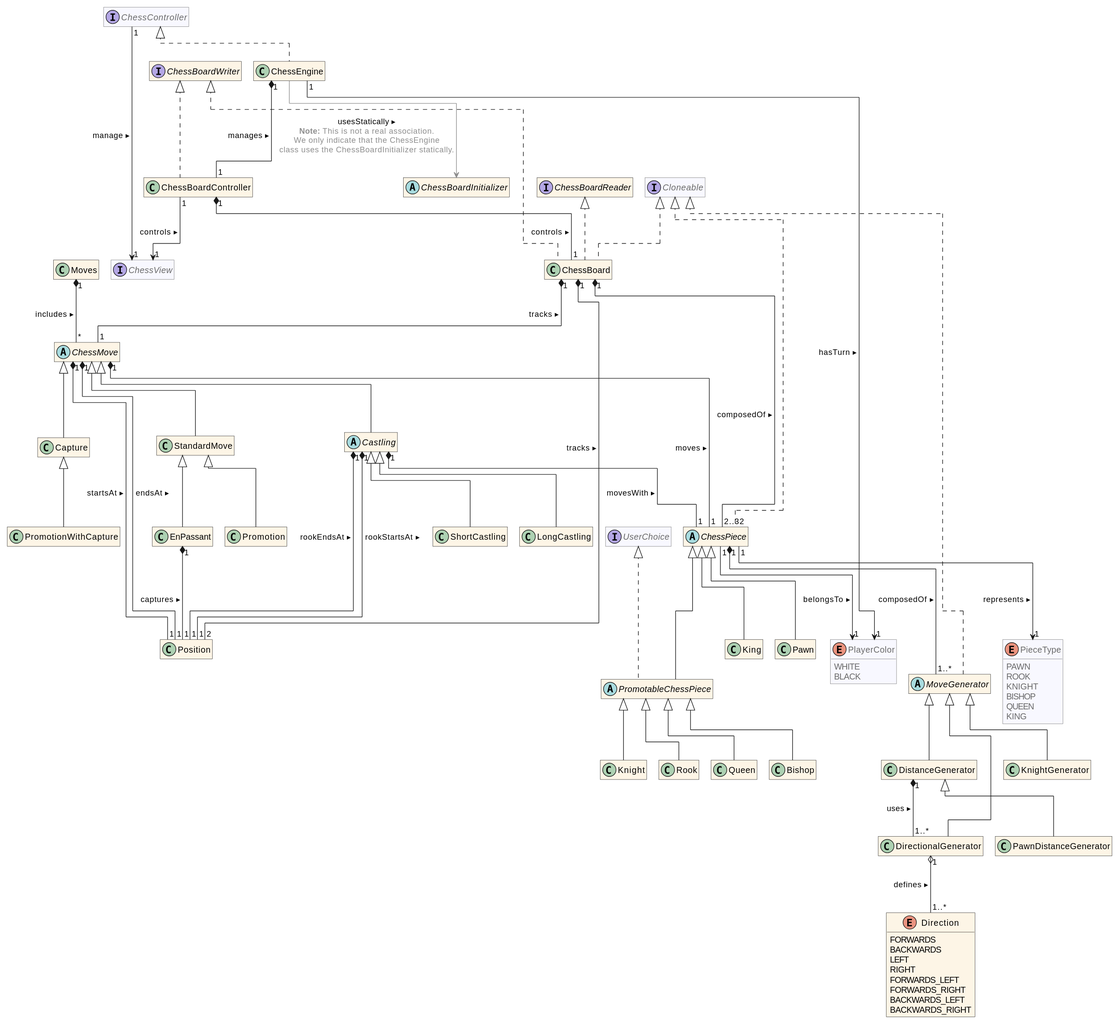
HEIG-VD-BA3-POO/labo08 keeps this PlantUML diagram as docs/assets/uml-simple.svg. Above is the earlier version.
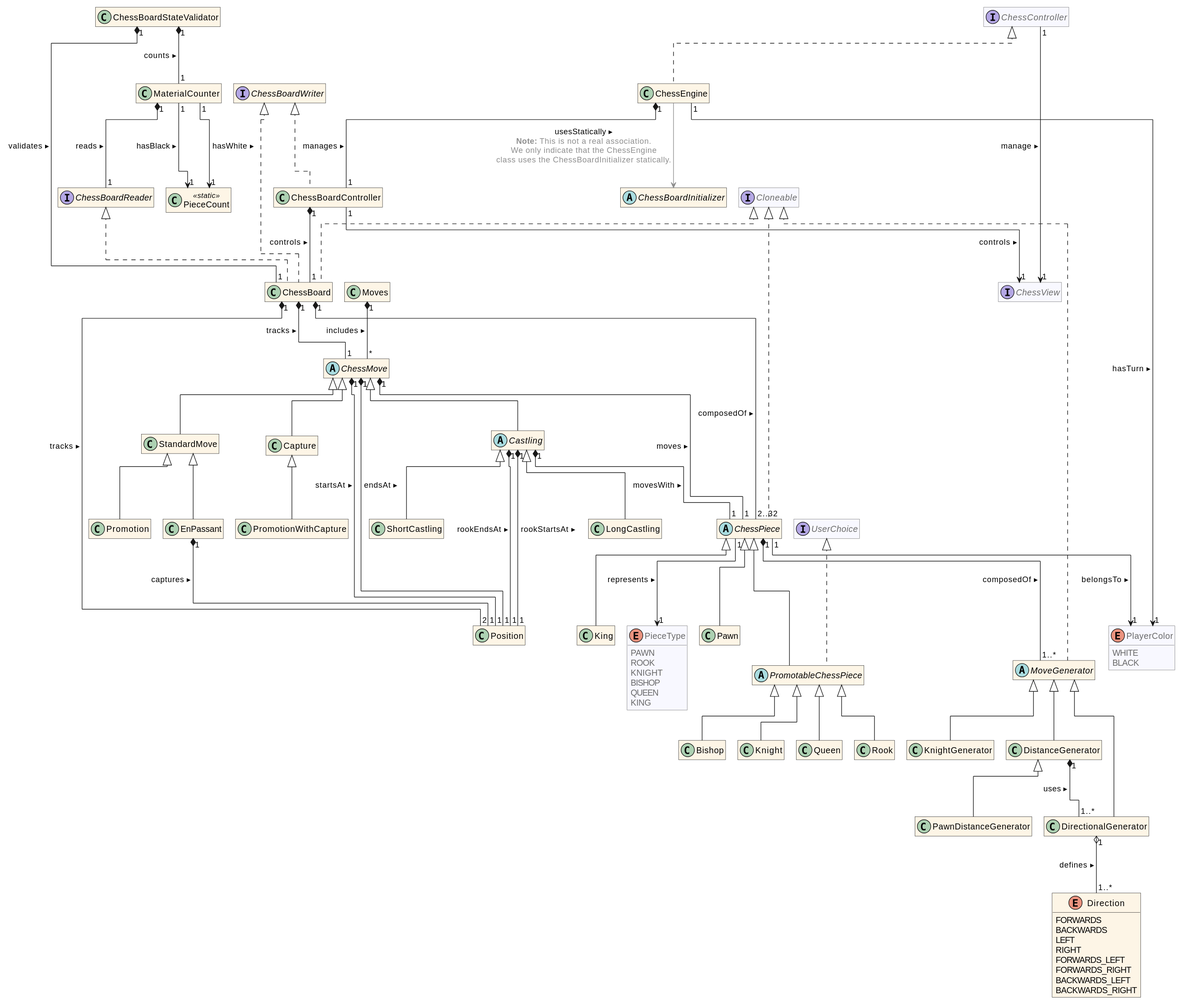
The same file after the commit.

Change to the diagram source:
```diff
@@ -44,6 +44,11 @@
 interface Cloneable<<provided>> {}
 
 class ChessBoard implements ChessBoardReader, ChessBoardWriter, Cloneable {}
+
+class ChessBoardStateValidator {}
+
+class MaterialCounter {}
+class PieceCount<<static>> {}
 
 abstract class ChessBoardInitializer {}
 
@@ -108,11 +113,18 @@
 ChessEngine "1" *-- "1" ChessBoardController : manages ▸
 ChessEngine "1" --> "1" PlayerColor : hasTurn ▸
 ChessEngine -[#8e8e8e]-> ChessBoardInitializer : usesStatically ▸\n<color #8e8e8e>**Note:** This is not a real association.\n<color #8e8e8e>We only indicate that the ChessEngine\n<color #8e8e8e>class uses the ChessBoardInitializer statically.
+
 ChessBoardController "1" *-- "1" ChessBoard : controls ▸
 ChessBoardController "1" --> "1" ChessView : controls ▸
 ChessBoard "1" *-- "2..32" ChessPiece : composedOf ▸
 ChessBoard "1" *-- "2" Position : tracks ▸
 ChessBoard "1" *-- "1" ChessMove : tracks ▸
+ChessBoardStateValidator "1" *-- "1" ChessBoard : validates ▸
+ChessBoardStateValidator "1" *-- "1" MaterialCounter : counts ▸
+MaterialCounter "1" *-- "1" ChessBoardReader : reads ▸
+MaterialCounter "1" --> "1" PieceCount : hasWhite ▸
+MaterialCounter "1" --> "1" PieceCount : hasBlack ▸
+
 ChessPiece "1" --> "1" PieceType : represents ▸
 ChessPiece "1" --> "1" PlayerColor : belongsTo ▸
 ChessPiece "1" *-- "1..*" MoveGenerator : composedOf ▸
```
